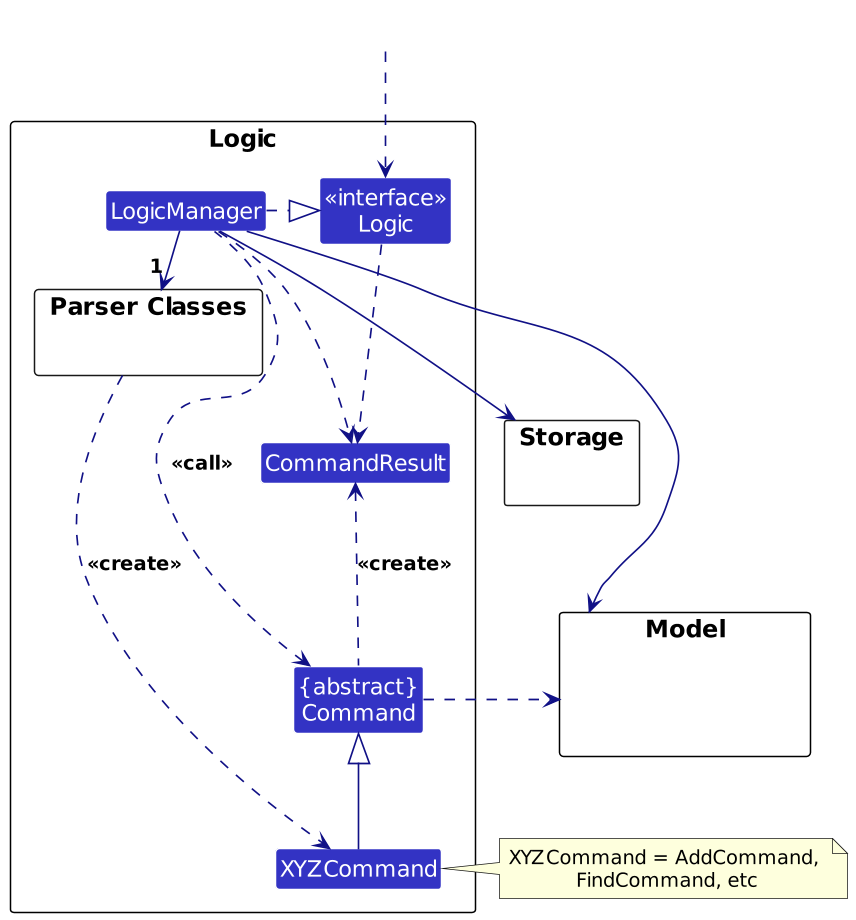
This is diagrams/LogicClassDiagram.png from AY2425S1-CS2103T-F08-1a/tp, a PlantUML export, as it was before one commit. Its source is kept beside it as diagrams/LogicClassDiagram.puml. The source it was exported from:
```plantuml
@startuml
!include style.puml
scale 1.5
skinparam arrowThickness 1.1
skinparam arrowColor LOGIC_COLOR_T4
skinparam classBackgroundColor LOGIC_COLOR

package Logic as LogicPackage {

package "Parser Classes" as ParserClasses{
}
Class XYZCommand
Class CommandResult
Class "{abstract}\nCommand" as Command


Class "<<interface>>\nLogic" as Logic
Class LogicManager
}

package Model {
Class HiddenModel #FFFFFF
}

package Storage {
}

Class HiddenOutside #FFFFFF
HiddenOutside ..> Logic

LogicManager .right.|> Logic
LogicManager -right->"1" ParserClasses
ParserClasses ..> XYZCommand : <<create>>

XYZCommand -up-|> Command
LogicManager .left.> Command : <<call>>

LogicManager --> Model
LogicManager --> Storage
Storage --[hidden] Model
Command .[hidden]up.> Storage
Command .right.> Model
note right of XYZCommand: XYZCommand = AddCommand, \nFindCommand, etc

Logic ..> CommandResult
LogicManager .down.> CommandResult
Command .up.> CommandResult : <<create>>
@enduml
```
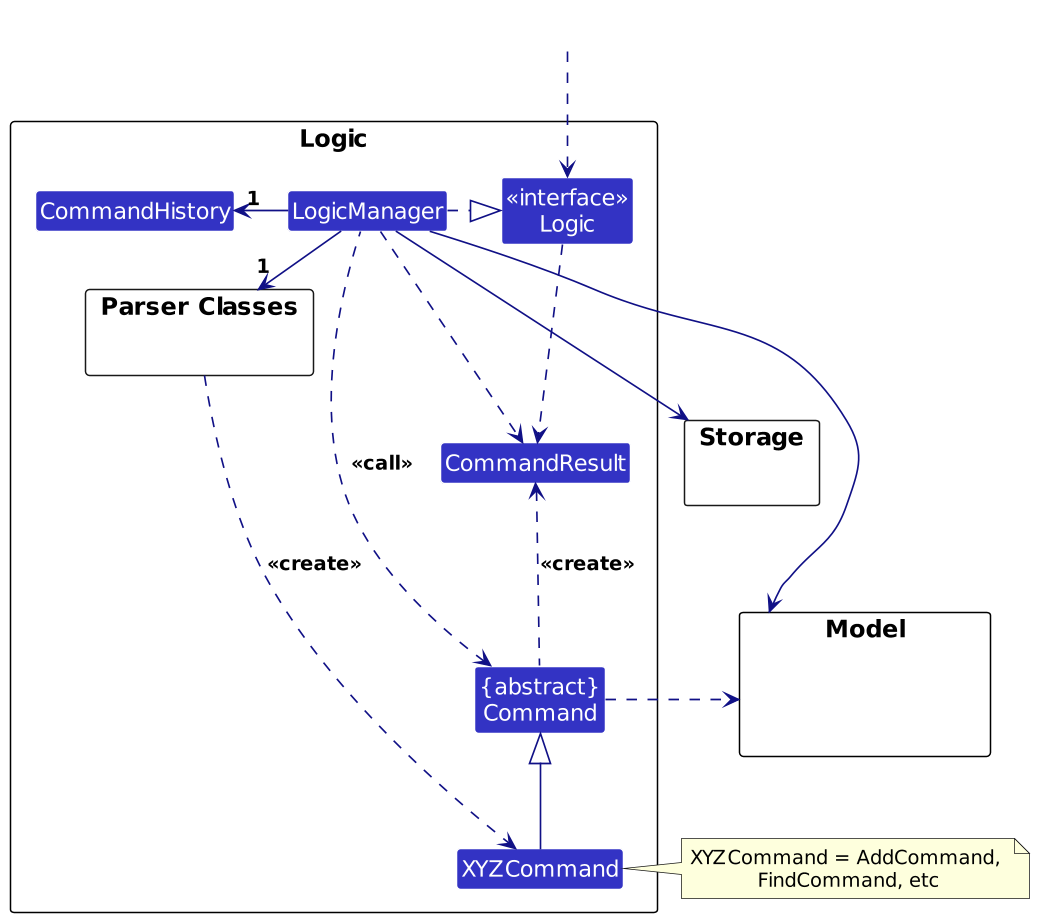
Above is the later version.

The edit, as a diff of the source:
```diff
@@ -16,6 +16,7 @@
 
 Class "<<interface>>\nLogic" as Logic
 Class LogicManager
+Class CommandHistory
 }
 
 package Model {
@@ -45,4 +46,6 @@
 Logic ..> CommandResult
 LogicManager .down.> CommandResult
 Command .up.> CommandResult : <<create>>
+
+LogicManager -left->"1" CommandHistory
 @enduml
```
